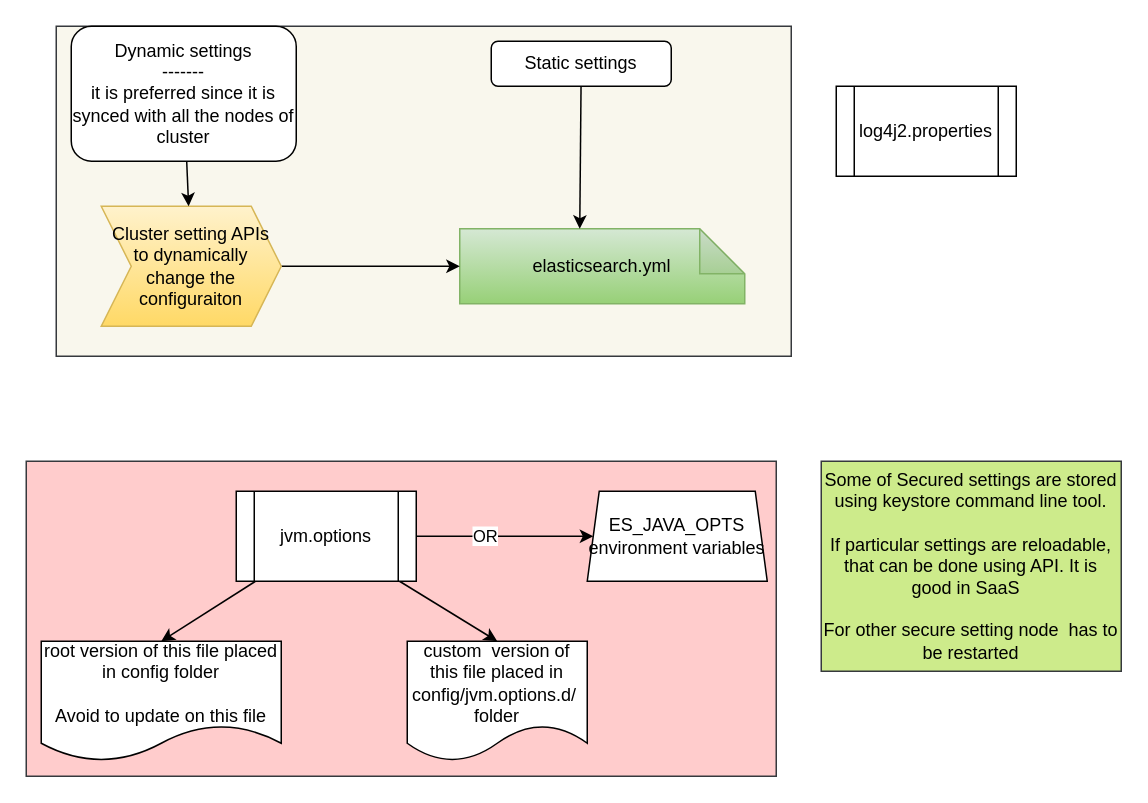
Earlier version of the draw.io diagram page "Configurations Files" (3 of 5) of My Articles/elastic stack/ElasticSearch setup and configuration.drawio (paramothers/books). Source tidied: cells renumbered, new cells numbered last; positions are measured from the earlier drawing's top-left corner, leaving out a move shared by most shapes. Both pictures are drawn from the tidied source at 150%, with x=0, y=0 at pixel (26, 26).
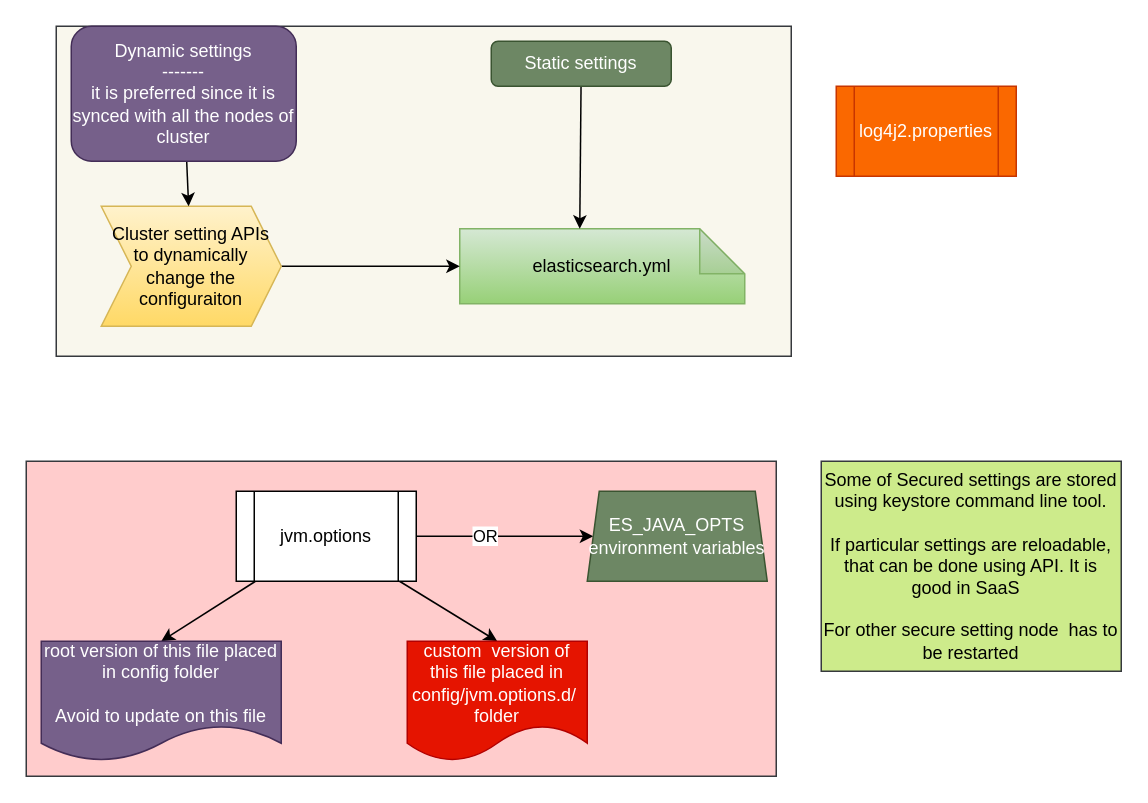
Above is the later version.

What changed in the source:
```diff
@@
-    <mxCell id="12" value="log4j2.properties" style="shape=process;whiteSpace=wrap;html=1;backgroundOutline=1;" parent="1" vertex="1">
+    <mxCell id="12" value="log4j2.properties" style="shape=process;whiteSpace=wrap;html=1;backgroundOutline=1;fillColor=#fa6800;strokeColor=#C73500;fontColor=#ffffff;" parent="1" vertex="1">
       <mxGeometry x="540" y="40" width="120" height="60" as="geometry" />
     </mxCell>
@@
-    <mxCell id="14" value="Dynamic settings&lt;br&gt;-------&lt;br&gt;it is preferred since it is synced with all the nodes of cluster" style="rounded=1;whiteSpace=wrap;html=1;" parent="1" vertex="1">
+    <mxCell id="14" value="Dynamic settings&lt;br&gt;-------&lt;br&gt;it is preferred since it is synced with all the nodes of cluster" style="rounded=1;whiteSpace=wrap;html=1;fillColor=#76608a;strokeColor=#432D57;fontColor=#ffffff;" parent="1" vertex="1">
       <mxGeometry x="30" width="150" height="90" as="geometry" />
     </mxCell>
@@
-    <mxCell id="16" value="Static settings" style="rounded=1;whiteSpace=wrap;html=1;" parent="1" vertex="1">
+    <mxCell id="16" value="Static settings" style="rounded=1;whiteSpace=wrap;html=1;fillColor=#6d8764;strokeColor=#3A5431;fontColor=#ffffff;" parent="1" vertex="1">
       <mxGeometry x="310" y="10" width="120" height="30" as="geometry" />
     </mxCell>
-    <mxCell id="17" value="root version of this file placed in config folder&lt;br&gt;&lt;br&gt;Avoid to update on this file" style="shape=document;whiteSpace=wrap;html=1;boundedLbl=1;" parent="1" vertex="1">
+    <mxCell id="17" value="root version of this file placed in config folder&lt;br&gt;&lt;br&gt;Avoid to update on this file" style="shape=document;whiteSpace=wrap;html=1;boundedLbl=1;fillColor=#76608a;strokeColor=#432D57;fontColor=#ffffff;" parent="1" vertex="1">
       <mxGeometry x="10" y="410" width="160" height="80" as="geometry" />
     </mxCell>
-    <mxCell id="18" value="custom&amp;nbsp; version of this file placed in config/jvm.options.d/&amp;nbsp; folder" style="shape=document;whiteSpace=wrap;html=1;boundedLbl=1;" parent="1" vertex="1">
+    <mxCell id="18" value="custom&amp;nbsp; version of this file placed in config/jvm.options.d/&amp;nbsp; folder" style="shape=document;whiteSpace=wrap;html=1;boundedLbl=1;fillColor=#e51400;strokeColor=#B20000;fontColor=#ffffff;" parent="1" vertex="1">
       <mxGeometry x="254" y="410" width="120" height="80" as="geometry" />
     </mxCell>
-    <mxCell id="19" value="ES_JAVA_OPTS&lt;br&gt;environment variables" style="shape=trapezoid;perimeter=trapezoidPerimeter;whiteSpace=wrap;html=1;size=0.06666666666666667;" parent="1" vertex="1">
+    <mxCell id="19" value="ES_JAVA_OPTS&lt;br&gt;environment variables" style="shape=trapezoid;perimeter=trapezoidPerimeter;whiteSpace=wrap;html=1;size=0.06666666666666667;fillColor=#6d8764;strokeColor=#3A5431;fontColor=#ffffff;" parent="1" vertex="1">
       <mxGeometry x="374" y="310" width="120" height="60" as="geometry" />
     </mxCell>
```
